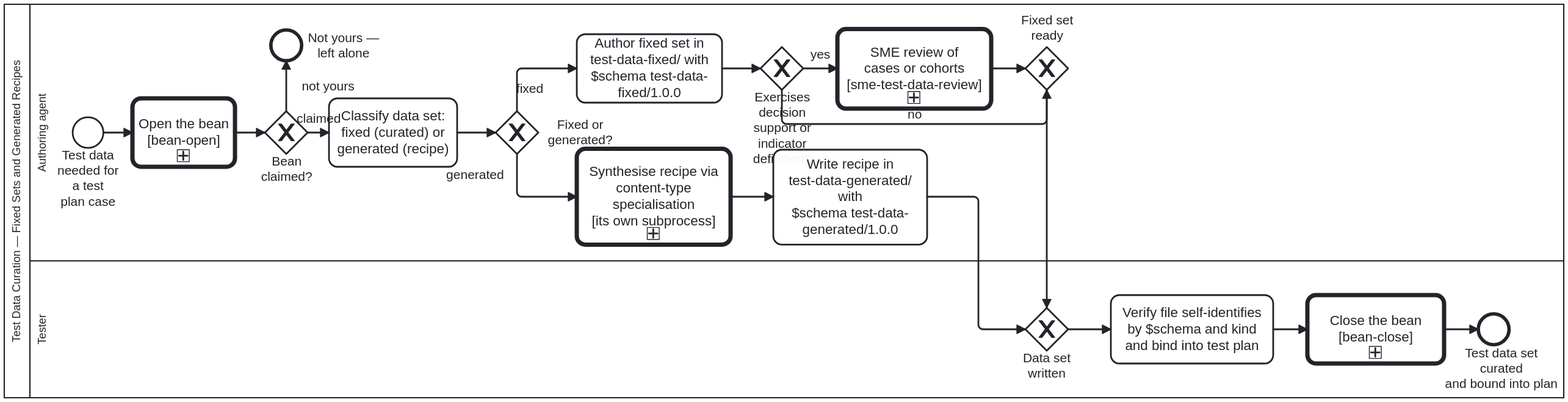
Above: docs/assets/img/workflows/test-data-curation.svg in litlfred/cat-harness (BPMN), before the change. Its source is kept beside it as processes/sdlc/test-data-curation.bpmn. Ids are renumbered.
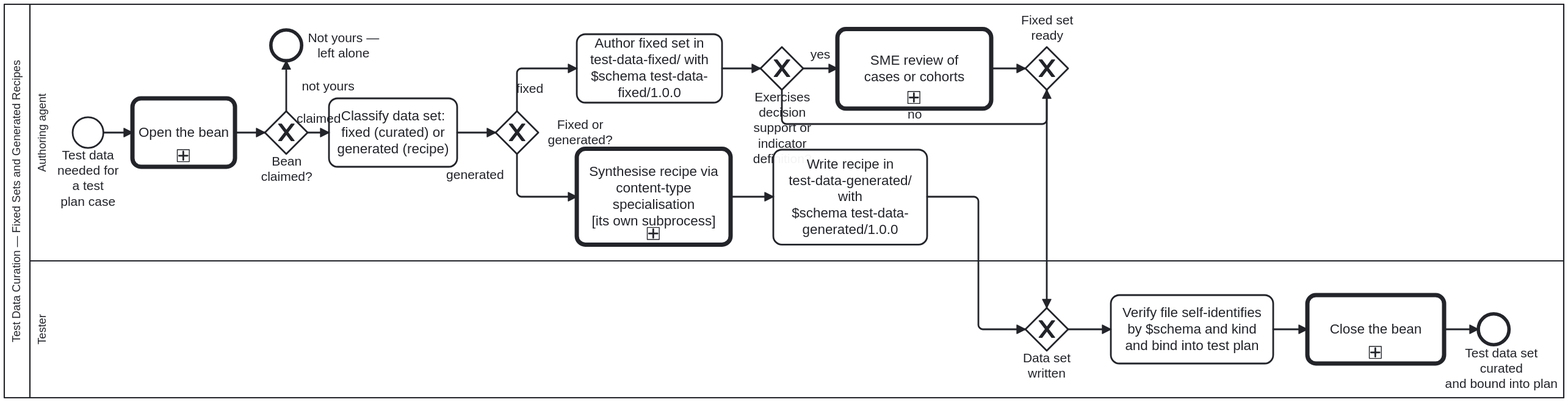
Above is the later version.

Change to the diagram source:
```diff
@@ -91,7 +91,7 @@
       <bpmn:outgoing>Flow_SmeNo</bpmn:outgoing>
     </bpmn:exclusiveGateway>
 
-    <bpmn:callActivity id="Call_SmeReview" name="SME review of&#10;cases or cohorts&#10;[sme-test-data-review]" calledElement="Process_SmeTestDataReview">
+    <bpmn:callActivity id="Call_SmeReview" name="SME review of&#10;cases or cohorts" calledElement="Process_SmeTestDataReview">
       <bpmn:documentation>Calls `Process_SmeTestDataReview` (`processes/sdlc/sme-test-data-review.bpmn`) so a human SME in a `judgementOnly` lane reviews each worked case (`decision-support`) or cohort plus expected value (`indicator-definition`) and records an attributable `sme-case-verdict/1.0.0` node.</bpmn:documentation>
       <bpmn:extensionElements>
         <bootstrap.processes:skill ref="test-data-sets"/>
@@ -147,7 +147,7 @@
       <bpmn:incoming>SF_Bean_4</bpmn:incoming>
     </bpmn:endEvent>
 
-    <bpmn:callActivity id="Call_BeanOpen" name="Open the bean&#10;[bean-open]" calledElement="Process_BeanOpen">
+    <bpmn:callActivity id="Call_BeanOpen" name="Open the bean" calledElement="Process_BeanOpen">
       <bpmn:documentation>Process_BeanOpen: check before you create, find out whose the bean is, and claim it — or leave it alone when it is someone else's. The one place a claim is drawn; the gateway after this reads which end it reached.</bpmn:documentation>
       <bpmn:extensionElements><bootstrap.processes:skill ref="bean-coordination"/></bpmn:extensionElements>
       <bpmn:incoming>Flow_1</bpmn:incoming>
@@ -163,7 +163,7 @@
       <bpmn:documentation>Someone else holds the bean; this run stops without touching it.</bpmn:documentation>
       <bpmn:incoming>SF_Bean_3</bpmn:incoming>
     </bpmn:endEvent>
-    <bpmn:callActivity id="Call_BeanClose" name="Close the bean&#10;[bean-close]" calledElement="Process_BeanClose">
+    <bpmn:callActivity id="Call_BeanClose" name="Close the bean" calledElement="Process_BeanClose">
       <bpmn:documentation>Process_BeanClose: end the bean in a state that says why — complete and archive it, scrap it with its reasons and archive it, or record the blocker and hand it back. The one place resolve and archive are drawn; placed straight before the end so the engine's resolve sees nothing left but the archive step.</bpmn:documentation>
       <bpmn:extensionElements><bootstrap.processes:skill ref="todo-manager"/></bpmn:extensionElements>
       <bpmn:incoming>Flow_9</bpmn:incoming>
```
